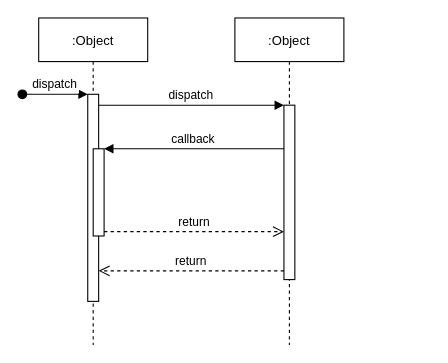
Earlier version of the draw.io diagram Untitled Diagram.drawio (AnJinHyeong/FinalProject). Source tidied: cells renumbered, new cells numbered last; positions are measured from the earlier drawing's top-left corner, leaving out a move shared by most shapes. Both pictures are drawn from the tidied source at 109%, with x=0, y=0 at pixel (22, 17).
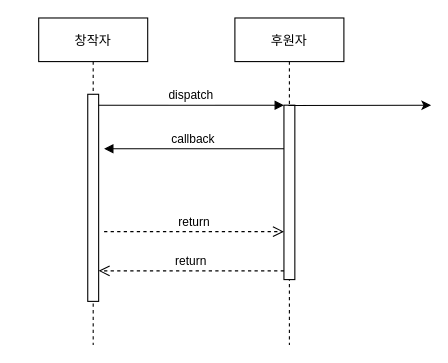
The same page after the edit.

Commit message:
sequence diagram

Diff of the diagram source:
```diff
@@
 <mxGraphModel>
   <root>
     <mxCell id="0" />
     <mxCell id="1" parent="0" />
-    <mxCell id="2" value=":Object" style="shape=umlLifeline;perimeter=lifelinePerimeter;rounded=0;shadow=0;strokeWidth=1;" parent="1" vertex="1">
+    <mxCell id="2" value="창작자" style="shape=umlLifeline;perimeter=lifelinePerimeter;rounded=0;shadow=0;strokeWidth=1;" parent="1" vertex="1">
       <mxGeometry x="15" width="100" height="300" as="geometry" />
     </mxCell>
     <mxCell id="3" style="points=[];perimeter=orthogonalPerimeter;rounded=0;shadow=0;strokeWidth=1;" parent="2" vertex="1">
       <mxGeometry x="45" y="70" width="10" height="190" as="geometry" />
     </mxCell>
-    <mxCell id="4" value="dispatch" style="verticalAlign=bottom;startArrow=oval;endArrow=block;startSize=8;shadow=0;strokeWidth=1;" parent="2" edge="1" target="3">
-      <mxGeometry relative="1" as="geometry">
-        <mxPoint x="-15" y="70" as="sourcePoint" />
-      </mxGeometry>
-    </mxCell>
-    <mxCell id="5" style="points=[];perimeter=orthogonalPerimeter;rounded=0;shadow=0;strokeWidth=1;" parent="2" vertex="1">
-      <mxGeometry x="50" y="120" width="10" height="80" as="geometry" />
-    </mxCell>
-    <mxCell id="6" value=":Object" style="shape=umlLifeline;perimeter=lifelinePerimeter;rounded=0;shadow=0;strokeWidth=1;" parent="1" vertex="1">
+    <mxCell id="6" value="후원자" style="shape=umlLifeline;perimeter=lifelinePerimeter;rounded=0;shadow=0;strokeWidth=1;" parent="1" vertex="1">
       <mxGeometry x="195" width="100" height="300" as="geometry" />
     </mxCell>
     <mxCell id="7" style="points=[];perimeter=orthogonalPerimeter;rounded=0;shadow=0;strokeWidth=1;" parent="6" vertex="1">
       <mxGeometry x="45" y="80" width="10" height="160" as="geometry" />
     </mxCell>
     <mxCell id="8" value="return" style="verticalAlign=bottom;endArrow=open;dashed=1;endSize=8;exitX=0;exitY=0.95;shadow=0;strokeWidth=1;" parent="1" edge="1" source="7" target="3">
       <mxGeometry relative="1" as="geometry" />
     </mxCell>
     <mxCell id="9" value="dispatch" style="verticalAlign=bottom;endArrow=block;entryX=0;entryY=0;shadow=0;strokeWidth=1;" parent="1" edge="1" source="3" target="7">
       <mxGeometry relative="1" as="geometry" />
     </mxCell>
-    <mxCell id="10" value="callback" style="verticalAlign=bottom;endArrow=block;entryX=1;entryY=0;shadow=0;strokeWidth=1;" parent="1" edge="1" source="7" target="5">
-      <mxGeometry relative="1" as="geometry" />
+    <mxCell id="10" value="callback" style="verticalAlign=bottom;endArrow=block;entryX=1;entryY=0;shadow=0;strokeWidth=1;" parent="1" edge="1" source="7">
+      <mxGeometry relative="1" as="geometry">
+        <mxPoint x="75" y="120" as="targetPoint" />
+      </mxGeometry>
     </mxCell>
-    <mxCell id="11" value="return" style="verticalAlign=bottom;endArrow=open;dashed=1;endSize=8;exitX=1;exitY=0.95;shadow=0;strokeWidth=1;" parent="1" edge="1" source="5" target="7">
-      <mxGeometry relative="1" as="geometry" />
+    <mxCell id="11" value="return" style="verticalAlign=bottom;endArrow=open;dashed=1;endSize=8;exitX=1;exitY=0.95;shadow=0;strokeWidth=1;" parent="1" edge="1" target="7">
+      <mxGeometry relative="1" as="geometry">
+        <mxPoint x="75" y="196" as="sourcePoint" />
+      </mxGeometry>
     </mxCell>
+    <mxCell id="12" style="endArrow=classic;html=1;exitX=0.408;exitY=0.008;exitDx=0;exitDy=0;exitPerimeter=0;" parent="1" edge="1">
+      <mxGeometry relative="1" as="geometry">
+        <mxPoint x="244.1" y="80.3" as="sourcePoint" />
+        <mxPoint x="375" y="80" as="targetPoint" />
+      </mxGeometry>
+    </mxCell>
   </root>
 </mxGraphModel>
```
